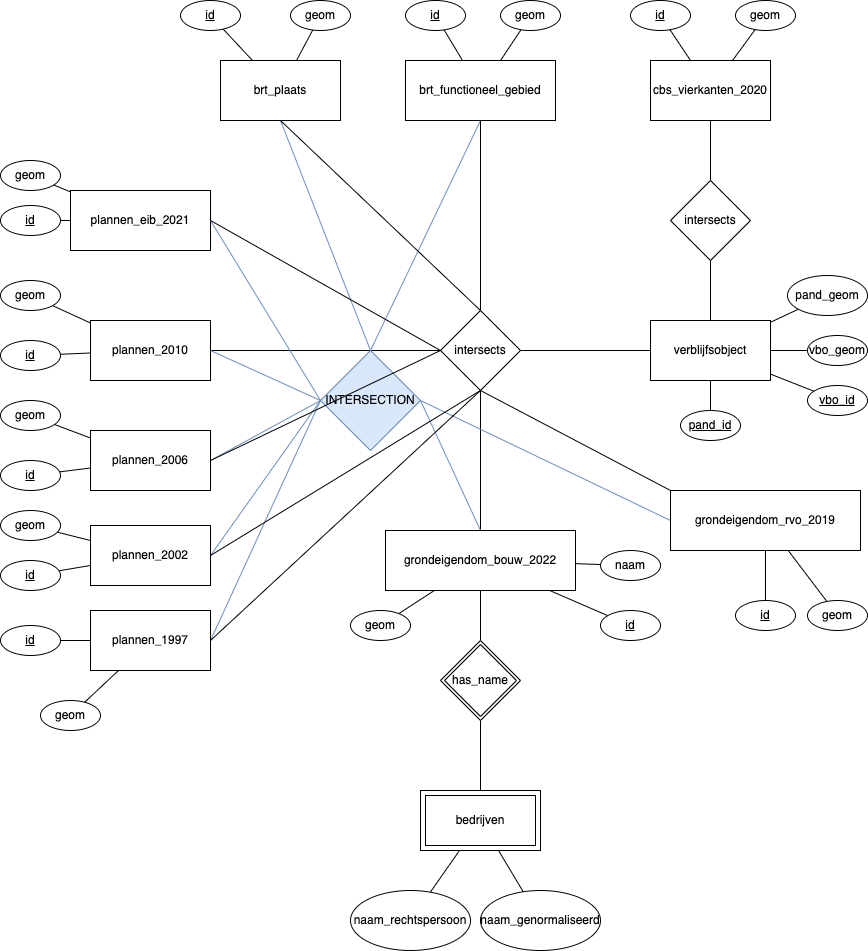
dtokmetzis/geodatabases keeps this draw.io diagram as images/ER_diagram.png. Above is the earlier version. Source tidied: cells renumbered, new cells last; positions are measured from the earlier drawing's top-left corner, leaving out a move shared by most shapes.
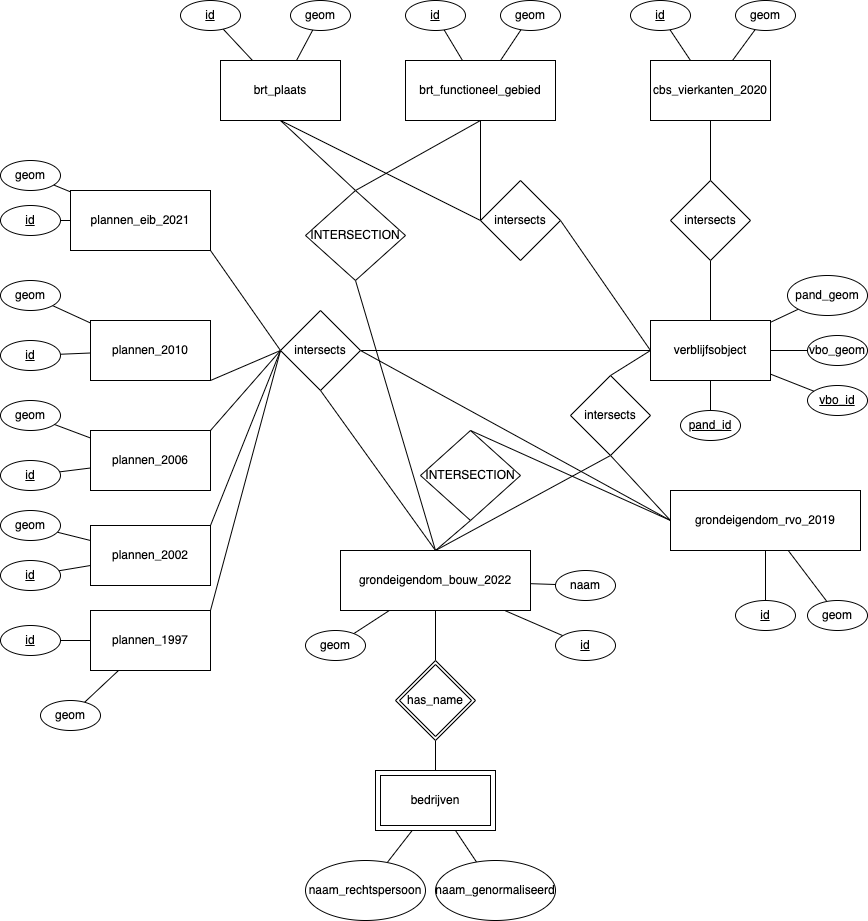
After the commit.

Commit message:
update diagram and SQL

Diff of the diagram source:
```diff
@@ -4,5 +4,2 @@
     <mxCell id="1" parent="0" />
-    <mxCell id="2" style="edgeStyle=none;rounded=0;jettySize=auto;html=1;exitX=1;exitY=0.5;exitDx=0;exitDy=0;entryX=0;entryY=0.5;entryDx=0;entryDy=0;endArrow=none;endFill=0;" parent="1" edge="1" source="5" target="50">
-      <mxGeometry relative="1" as="geometry" />
-    </mxCell>
     <mxCell id="3" style="rounded=0;jettySize=auto;html=1;endArrow=none;endFill=0;" parent="1" edge="1" source="5" target="71">
@@ -13,2 +10,5 @@
     </mxCell>
+    <mxCell id="96" style="edgeStyle=none;rounded=0;jettySize=auto;html=1;exitX=1;exitY=1;exitDx=0;exitDy=0;startArrow=none;startFill=0;endArrow=none;endFill=0;entryX=0;entryY=0.5;entryDx=0;entryDy=0;" parent="1" edge="1" source="5" target="111">
+      <mxGeometry relative="1" as="geometry" />
+    </mxCell>
     <mxCell id="5" value="plannen_2010" style="rounded=0;whiteSpace=wrap;html=1;" parent="1" vertex="1">
@@ -31,2 +31,8 @@
     </mxCell>
+    <mxCell id="97" style="edgeStyle=none;rounded=0;jettySize=auto;html=1;exitX=0;exitY=0.5;exitDx=0;exitDy=0;entryX=0.5;entryY=0;entryDx=0;entryDy=0;startArrow=none;startFill=0;endArrow=none;endFill=0;" parent="1" edge="1" source="11" target="110">
+      <mxGeometry relative="1" as="geometry" />
+    </mxCell>
+    <mxCell id="98" style="edgeStyle=none;rounded=0;jettySize=auto;html=1;exitX=0;exitY=0.5;exitDx=0;exitDy=0;entryX=1;entryY=0.5;entryDx=0;entryDy=0;startArrow=none;startFill=0;endArrow=none;endFill=0;" parent="1" edge="1" source="11" target="111">
+      <mxGeometry relative="1" as="geometry" />
+    </mxCell>
     <mxCell id="11" value="verblijfsobject" style="rounded=0;whiteSpace=wrap;html=1;" parent="1" vertex="1">
@@ -40,2 +46,5 @@
     </mxCell>
+    <mxCell id="99" style="edgeStyle=none;rounded=0;jettySize=auto;html=1;exitX=0.5;exitY=1;exitDx=0;exitDy=0;entryX=0.5;entryY=0;entryDx=0;entryDy=0;startArrow=none;startFill=0;endArrow=none;endFill=0;" parent="1" edge="1" source="14" target="114">
+      <mxGeometry relative="1" as="geometry" />
+    </mxCell>
     <mxCell id="14" value="brt_plaats" style="rounded=0;whiteSpace=wrap;html=1;" parent="1" vertex="1">
@@ -49,2 +58,5 @@
     </mxCell>
+    <mxCell id="100" style="edgeStyle=none;rounded=0;jettySize=auto;html=1;exitX=0.5;exitY=1;exitDx=0;exitDy=0;entryX=0.5;entryY=0;entryDx=0;entryDy=0;startArrow=none;startFill=0;endArrow=none;endFill=0;" parent="1" edge="1" source="17" target="114">
+      <mxGeometry relative="1" as="geometry" />
+    </mxCell>
     <mxCell id="17" value="brt_functioneel_gebied" style="rounded=0;whiteSpace=wrap;html=1;" parent="1" vertex="1">
@@ -61,8 +73,2 @@
     </mxCell>
-    <mxCell id="21" style="edgeStyle=none;rounded=0;jettySize=auto;html=1;exitX=0.5;exitY=0;exitDx=0;exitDy=0;entryX=0.5;entryY=1;entryDx=0;entryDy=0;endArrow=none;endFill=0;" parent="1" edge="1" source="27" target="50">
-      <mxGeometry relative="1" as="geometry" />
-    </mxCell>
-    <mxCell id="22" style="edgeStyle=none;rounded=0;jettySize=auto;html=1;exitX=0.5;exitY=0;exitDx=0;exitDy=0;entryX=1;entryY=0.5;entryDx=0;entryDy=0;endArrow=none;endFill=0;fillColor=#dae8fc;strokeColor=#6c8ebf;" parent="1" edge="1" source="27" target="45">
-      <mxGeometry relative="1" as="geometry" />
-    </mxCell>
     <mxCell id="23" style="edgeStyle=none;rounded=0;jettySize=auto;html=1;exitX=0.5;exitY=1;exitDx=0;exitDy=0;endArrow=none;endFill=0;entryX=0.5;entryY=0;entryDx=0;entryDy=0;" parent="1" edge="1" source="27" target="32">
@@ -79,4 +85,13 @@
     </mxCell>
+    <mxCell id="101" style="edgeStyle=none;rounded=0;jettySize=auto;html=1;exitX=0.5;exitY=0;exitDx=0;exitDy=0;entryX=0.5;entryY=1;entryDx=0;entryDy=0;startArrow=none;startFill=0;endArrow=none;endFill=0;" parent="1" edge="1" source="27" target="110">
+      <mxGeometry relative="1" as="geometry" />
+    </mxCell>
+    <mxCell id="102" style="edgeStyle=none;rounded=0;jettySize=auto;html=1;exitX=0.5;exitY=0;exitDx=0;exitDy=0;entryX=0.5;entryY=1;entryDx=0;entryDy=0;startArrow=none;startFill=0;endArrow=none;endFill=0;" parent="1" edge="1" source="27" target="116">
+      <mxGeometry relative="1" as="geometry" />
+    </mxCell>
+    <mxCell id="103" style="edgeStyle=none;rounded=0;jettySize=auto;html=1;exitX=0.5;exitY=0;exitDx=0;exitDy=0;entryX=0.5;entryY=1;entryDx=0;entryDy=0;startArrow=none;startFill=0;endArrow=none;endFill=0;" parent="1" edge="1" source="27" target="111">
+      <mxGeometry relative="1" as="geometry" />
+    </mxCell>
     <mxCell id="27" value="grondeigendom_bouw_2022" style="rounded=0;whiteSpace=wrap;html=1;" parent="1" vertex="1">
-      <mxGeometry x="385" y="530" width="190" height="60" as="geometry" />
+      <mxGeometry x="340" y="550" width="190" height="60" as="geometry" />
     </mxCell>
@@ -89,3 +104,3 @@
     <mxCell id="30" value="bedrijven" style="shape=ext;margin=3;double=1;whiteSpace=wrap;html=1;align=center;" parent="1" vertex="1">
-      <mxGeometry x="420" y="790" width="120" height="60" as="geometry" />
+      <mxGeometry x="375" y="770" width="120" height="60" as="geometry" />
     </mxCell>
@@ -95,3 +110,3 @@
     <mxCell id="32" value="has_name" style="shape=rhombus;double=1;perimeter=rhombusPerimeter;whiteSpace=wrap;html=1;align=center;" parent="1" vertex="1">
-      <mxGeometry x="440" y="640" width="80" height="80" as="geometry" />
+      <mxGeometry x="395" y="660" width="80" height="80" as="geometry" />
     </mxCell>
@@ -103,2 +118,5 @@
     </mxCell>
+    <mxCell id="104" style="edgeStyle=none;rounded=0;jettySize=auto;html=1;exitX=1;exitY=1;exitDx=0;exitDy=0;entryX=0;entryY=0.5;entryDx=0;entryDy=0;startArrow=none;startFill=0;endArrow=none;endFill=0;" parent="1" edge="1" source="35" target="111">
+      <mxGeometry relative="1" as="geometry" />
+    </mxCell>
     <mxCell id="35" value="plannen_eib_2021" style="rounded=0;whiteSpace=wrap;html=1;" parent="1" vertex="1">
@@ -106,8 +124,2 @@
     </mxCell>
-    <mxCell id="36" style="edgeStyle=none;rounded=0;jettySize=auto;html=1;exitX=0;exitY=0;exitDx=0;exitDy=0;endArrow=none;endFill=0;entryX=0.5;entryY=1;entryDx=0;entryDy=0;" parent="1" edge="1" source="40" target="50">
-      <mxGeometry relative="1" as="geometry" />
-    </mxCell>
-    <mxCell id="37" style="edgeStyle=none;rounded=0;jettySize=auto;html=1;exitX=0;exitY=0.5;exitDx=0;exitDy=0;endArrow=none;endFill=0;entryX=1;entryY=0.5;entryDx=0;entryDy=0;fillColor=#dae8fc;strokeColor=#6c8ebf;" parent="1" edge="1" source="40" target="45">
-      <mxGeometry relative="1" as="geometry" />
-    </mxCell>
     <mxCell id="38" style="edgeStyle=none;rounded=0;jettySize=auto;html=1;endArrow=none;endFill=0;" parent="1" edge="1" source="40" target="79">
@@ -118,2 +130,8 @@
     </mxCell>
+    <mxCell id="105" style="edgeStyle=none;rounded=0;jettySize=auto;html=1;exitX=0;exitY=0.5;exitDx=0;exitDy=0;entryX=0.5;entryY=1;entryDx=0;entryDy=0;startArrow=none;startFill=0;endArrow=none;endFill=0;" parent="1" edge="1" source="40" target="110">
+      <mxGeometry relative="1" as="geometry" />
+    </mxCell>
+    <mxCell id="106" style="edgeStyle=none;rounded=0;jettySize=auto;html=1;exitX=0;exitY=0.5;exitDx=0;exitDy=0;entryX=1;entryY=0.5;entryDx=0;entryDy=0;startArrow=none;startFill=0;endArrow=none;endFill=0;" parent="1" edge="1" source="40" target="111">
+      <mxGeometry relative="1" as="geometry" />
+    </mxCell>
     <mxCell id="40" value="grondeigendom_rvo_2019" style="rounded=0;whiteSpace=wrap;html=1;" parent="1" vertex="1">
@@ -121,17 +139,2 @@
     </mxCell>
-    <mxCell id="41" style="edgeStyle=none;rounded=0;jettySize=auto;html=1;exitX=0;exitY=0.5;exitDx=0;exitDy=0;entryX=1;entryY=0.5;entryDx=0;entryDy=0;endArrow=none;endFill=0;fillColor=#dae8fc;strokeColor=#6c8ebf;" parent="1" edge="1" source="45" target="5">
-      <mxGeometry relative="1" as="geometry" />
-    </mxCell>
-    <mxCell id="42" style="edgeStyle=none;rounded=0;jettySize=auto;html=1;exitX=0;exitY=0.5;exitDx=0;exitDy=0;entryX=1;entryY=0.5;entryDx=0;entryDy=0;endArrow=none;endFill=0;fillColor=#dae8fc;strokeColor=#6c8ebf;" parent="1" edge="1" source="45" target="35">
-      <mxGeometry relative="1" as="geometry" />
-    </mxCell>
-    <mxCell id="43" style="edgeStyle=none;rounded=0;jettySize=auto;html=1;exitX=0.5;exitY=0;exitDx=0;exitDy=0;entryX=0.5;entryY=1;entryDx=0;entryDy=0;endArrow=none;endFill=0;fillColor=#dae8fc;strokeColor=#6c8ebf;" parent="1" edge="1" source="45" target="14">
-      <mxGeometry relative="1" as="geometry" />
-    </mxCell>
-    <mxCell id="44" style="edgeStyle=none;rounded=0;jettySize=auto;html=1;exitX=0.5;exitY=0;exitDx=0;exitDy=0;entryX=0.5;entryY=1;entryDx=0;entryDy=0;endArrow=none;endFill=0;fillColor=#dae8fc;strokeColor=#6c8ebf;" parent="1" edge="1" source="45" target="17">
-      <mxGeometry relative="1" as="geometry" />
-    </mxCell>
-    <mxCell id="45" value="INTERSECTION" style="rhombus;whiteSpace=wrap;html=1;fillColor=#dae8fc;strokeColor=#6c8ebf;" parent="1" vertex="1">
-      <mxGeometry x="320" y="350" width="100" height="100" as="geometry" />
-    </mxCell>
     <mxCell id="46" style="edgeStyle=none;rounded=0;jettySize=auto;html=1;exitX=1;exitY=0.5;exitDx=0;exitDy=0;entryX=0;entryY=0.5;entryDx=0;entryDy=0;endArrow=none;endFill=0;" parent="1" edge="1" source="50" target="11">
@@ -139,9 +142,6 @@
     </mxCell>
-    <mxCell id="47" style="edgeStyle=none;rounded=0;jettySize=auto;html=1;exitX=0;exitY=0.5;exitDx=0;exitDy=0;entryX=1;entryY=0.5;entryDx=0;entryDy=0;endArrow=none;endFill=0;" parent="1" edge="1" source="50" target="35">
-      <mxGeometry relative="1" as="geometry" />
-    </mxCell>
-    <mxCell id="48" style="edgeStyle=none;rounded=0;jettySize=auto;html=1;exitX=0.5;exitY=0;exitDx=0;exitDy=0;entryX=0.5;entryY=1;entryDx=0;entryDy=0;endArrow=none;endFill=0;" parent="1" edge="1" source="50" target="14">
+    <mxCell id="48" style="edgeStyle=none;rounded=0;jettySize=auto;html=1;exitX=0;exitY=0.5;exitDx=0;exitDy=0;entryX=0.5;entryY=1;entryDx=0;entryDy=0;endArrow=none;endFill=0;" parent="1" edge="1" source="50" target="14">
       <mxGeometry relative="1" as="geometry" />
     </mxCell>
-    <mxCell id="49" style="edgeStyle=none;rounded=0;jettySize=auto;html=1;exitX=0.5;exitY=0;exitDx=0;exitDy=0;entryX=0.5;entryY=1;entryDx=0;entryDy=0;endArrow=none;endFill=0;" parent="1" edge="1" source="50" target="17">
+    <mxCell id="49" style="edgeStyle=none;rounded=0;jettySize=auto;html=1;exitX=0;exitY=0.5;exitDx=0;exitDy=0;entryX=0.5;entryY=1;entryDx=0;entryDy=0;endArrow=none;endFill=0;" parent="1" edge="1" source="50" target="17">
       <mxGeometry relative="1" as="geometry" />
@@ -149,3 +149,3 @@
     <mxCell id="50" value="intersects" style="rhombus;whiteSpace=wrap;html=1;" parent="1" vertex="1">
-      <mxGeometry x="440" y="310" width="80" height="80" as="geometry" />
+      <mxGeometry x="480" y="180" width="80" height="80" as="geometry" />
     </mxCell>
@@ -160,10 +160,2 @@
     </mxCell>
-    <mxCell id="54" style="rounded=0;jettySize=auto;html=1;exitX=1;exitY=0.5;exitDx=0;exitDy=0;entryX=0;entryY=0.5;entryDx=0;entryDy=0;startArrow=none;startFill=0;endArrow=none;endFill=0;fillColor=#dae8fc;strokeColor=#6c8ebf;" parent="1" edge="1" source="58" target="45">
-      <mxGeometry relative="1" as="geometry" />
-    </mxCell>
-    <mxCell id="55" style="edgeStyle=none;rounded=0;jettySize=auto;html=1;exitX=1;exitY=0.5;exitDx=0;exitDy=0;startArrow=none;startFill=0;endArrow=none;endFill=0;" parent="1" edge="1" source="58">
-      <mxGeometry relative="1" as="geometry">
-        <mxPoint x="480" y="390" as="targetPoint" />
-      </mxGeometry>
-    </mxCell>
     <mxCell id="56" style="rounded=0;jettySize=auto;html=1;endArrow=none;endFill=0;" parent="1" edge="1" source="58" target="74">
@@ -174,2 +166,5 @@
     </mxCell>
+    <mxCell id="107" style="edgeStyle=none;rounded=0;jettySize=auto;html=1;exitX=1;exitY=0;exitDx=0;exitDy=0;entryX=0;entryY=0.5;entryDx=0;entryDy=0;startArrow=none;startFill=0;endArrow=none;endFill=0;" parent="1" edge="1" source="58" target="111">
+      <mxGeometry relative="1" as="geometry" />
+    </mxCell>
     <mxCell id="58" value="plannen_1997" style="rounded=0;whiteSpace=wrap;html=1;" parent="1" vertex="1">
@@ -177,8 +172,2 @@
     </mxCell>
-    <mxCell id="59" style="rounded=0;jettySize=auto;html=1;exitX=1;exitY=0.5;exitDx=0;exitDy=0;entryX=0;entryY=0.5;entryDx=0;entryDy=0;startArrow=none;startFill=0;endArrow=none;endFill=0;fillColor=#dae8fc;strokeColor=#6c8ebf;" parent="1" edge="1" source="63" target="45">
-      <mxGeometry relative="1" as="geometry" />
-    </mxCell>
-    <mxCell id="60" style="edgeStyle=none;rounded=0;jettySize=auto;html=1;exitX=1;exitY=0.5;exitDx=0;exitDy=0;entryX=0.5;entryY=1;entryDx=0;entryDy=0;startArrow=none;startFill=0;endArrow=none;endFill=0;" parent="1" edge="1" source="63" target="50">
-      <mxGeometry relative="1" as="geometry" />
-    </mxCell>
     <mxCell id="61" style="rounded=0;jettySize=auto;html=1;endArrow=none;endFill=0;" parent="1" edge="1" source="63" target="73">
@@ -189,2 +178,5 @@
     </mxCell>
+    <mxCell id="108" style="edgeStyle=none;rounded=0;jettySize=auto;html=1;exitX=1;exitY=0;exitDx=0;exitDy=0;entryX=0;entryY=0.5;entryDx=0;entryDy=0;startArrow=none;startFill=0;endArrow=none;endFill=0;" parent="1" edge="1" source="63" target="111">
+      <mxGeometry relative="1" as="geometry" />
+    </mxCell>
     <mxCell id="63" value="plannen_2002" style="rounded=0;whiteSpace=wrap;html=1;" parent="1" vertex="1">
@@ -192,8 +184,2 @@
     </mxCell>
-    <mxCell id="64" style="rounded=0;jettySize=auto;html=1;exitX=1;exitY=0.5;exitDx=0;exitDy=0;entryX=0;entryY=0.5;entryDx=0;entryDy=0;startArrow=none;startFill=0;endArrow=none;endFill=0;fillColor=#dae8fc;strokeColor=#6c8ebf;" parent="1" edge="1" source="68" target="45">
-      <mxGeometry relative="1" as="geometry" />
-    </mxCell>
-    <mxCell id="65" style="edgeStyle=none;rounded=0;jettySize=auto;html=1;exitX=1;exitY=0.5;exitDx=0;exitDy=0;entryX=0;entryY=0.5;entryDx=0;entryDy=0;startArrow=none;startFill=0;endArrow=none;endFill=0;" parent="1" edge="1" source="68" target="50">
-      <mxGeometry relative="1" as="geometry" />
-    </mxCell>
     <mxCell id="66" style="rounded=0;jettySize=auto;html=1;endArrow=none;endFill=0;" parent="1" edge="1" source="68" target="72">
@@ -204,2 +190,5 @@
     </mxCell>
+    <mxCell id="109" style="edgeStyle=none;rounded=0;jettySize=auto;html=1;exitX=1;exitY=0;exitDx=0;exitDy=0;entryX=0;entryY=0.5;entryDx=0;entryDy=0;startArrow=none;startFill=0;endArrow=none;endFill=0;" parent="1" edge="1" source="68" target="111">
+      <mxGeometry relative="1" as="geometry" />
+    </mxCell>
     <mxCell id="68" value="plannen_2006" style="rounded=0;whiteSpace=wrap;html=1;" parent="1" vertex="1">
@@ -226,12 +215,12 @@
     <mxCell id="75" value="naam_rechtspersoon" style="ellipse;whiteSpace=wrap;html=1;" parent="1" vertex="1">
-      <mxGeometry x="350" y="890" width="120" height="60" as="geometry" />
+      <mxGeometry x="305" y="860" width="120" height="60" as="geometry" />
     </mxCell>
     <mxCell id="76" value="naam_genormaliseerd" style="ellipse;whiteSpace=wrap;html=1;" parent="1" vertex="1">
-      <mxGeometry x="480" y="890" width="120" height="60" as="geometry" />
+      <mxGeometry x="435" y="860" width="120" height="60" as="geometry" />
     </mxCell>
     <mxCell id="77" value="&lt;u&gt;id&lt;/u&gt;" style="ellipse;whiteSpace=wrap;html=1;rounded=0;" parent="1" vertex="1">
-      <mxGeometry x="600" y="610" width="60" height="30" as="geometry" />
+      <mxGeometry x="555" y="630" width="60" height="30" as="geometry" />
     </mxCell>
     <mxCell id="78" value="naam" style="ellipse;whiteSpace=wrap;html=1;rounded=0;" parent="1" vertex="1">
-      <mxGeometry x="600" y="550" width="60" height="30" as="geometry" />
+      <mxGeometry x="555" y="570" width="60" height="30" as="geometry" />
     </mxCell>
@@ -271,3 +260,3 @@
     <mxCell id="90" value="geom" style="ellipse;whiteSpace=wrap;html=1;rounded=0;" parent="1" vertex="1">
-      <mxGeometry x="350" y="610" width="60" height="30" as="geometry" />
+      <mxGeometry x="305" y="630" width="60" height="30" as="geometry" />
     </mxCell>
@@ -288,2 +277,23 @@
     </mxCell>
+    <mxCell id="110" value="intersects" style="rhombus;whiteSpace=wrap;html=1;" parent="1" vertex="1">
+      <mxGeometry x="570" y="375" width="80" height="80" as="geometry" />
+    </mxCell>
+    <mxCell id="111" value="intersects" style="rhombus;whiteSpace=wrap;html=1;" parent="1" vertex="1">
+      <mxGeometry x="280" y="310" width="80" height="80" as="geometry" />
+    </mxCell>
+    <mxCell id="112" style="edgeStyle=none;rounded=0;orthogonalLoop=1;jettySize=auto;html=1;exitX=1;exitY=0.5;exitDx=0;exitDy=0;startArrow=diamond;startFill=1;endArrow=none;endFill=0;" parent="1" edge="1" source="110" target="110">
+      <mxGeometry relative="1" as="geometry" />
+    </mxCell>
+    <mxCell id="113" style="edgeStyle=none;rounded=0;jettySize=auto;html=1;exitX=0.5;exitY=1;exitDx=0;exitDy=0;startArrow=none;startFill=0;endArrow=none;endFill=0;entryX=0.5;entryY=0;entryDx=0;entryDy=0;" parent="1" edge="1" source="114" target="27">
+      <mxGeometry relative="1" as="geometry" />
+    </mxCell>
+    <mxCell id="114" value="INTERSECTION" style="rhombus;whiteSpace=wrap;html=1;" parent="1" vertex="1">
+      <mxGeometry x="305" y="190" width="100" height="90" as="geometry" />
+    </mxCell>
+    <mxCell id="115" style="edgeStyle=none;rounded=0;jettySize=auto;html=1;exitX=0.5;exitY=0;exitDx=0;exitDy=0;entryX=0;entryY=0.5;entryDx=0;entryDy=0;startArrow=none;startFill=0;endArrow=none;endFill=0;" parent="1" edge="1" source="116" target="40">
+      <mxGeometry relative="1" as="geometry" />
+    </mxCell>
+    <mxCell id="116" value="INTERSECTION" style="rhombus;whiteSpace=wrap;html=1;" parent="1" vertex="1">
+      <mxGeometry x="420" y="430" width="100" height="90" as="geometry" />
+    </mxCell>
   </root>
```
